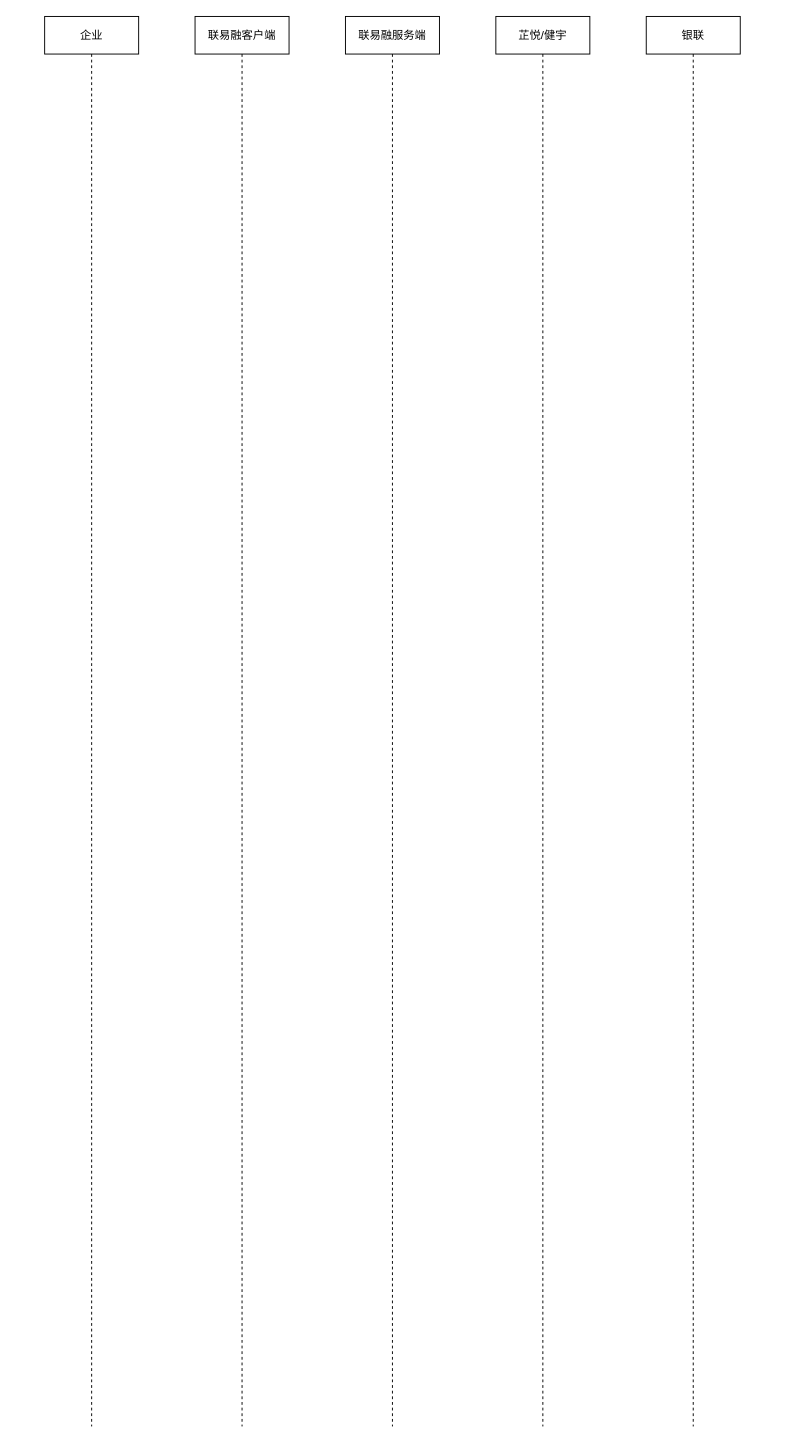
Earlier version of the draw.io diagram LLSI/银联结汇提现流程.drawio (0573xieguojia/To-program). Source tidied: cells renumbered, new cells numbered last; positions are measured from the earlier drawing's top-left corner, leaving out a move shared by most shapes. Both pictures are drawn from the tidied source at 94%, with x=0, y=0 at pixel (44, 16).
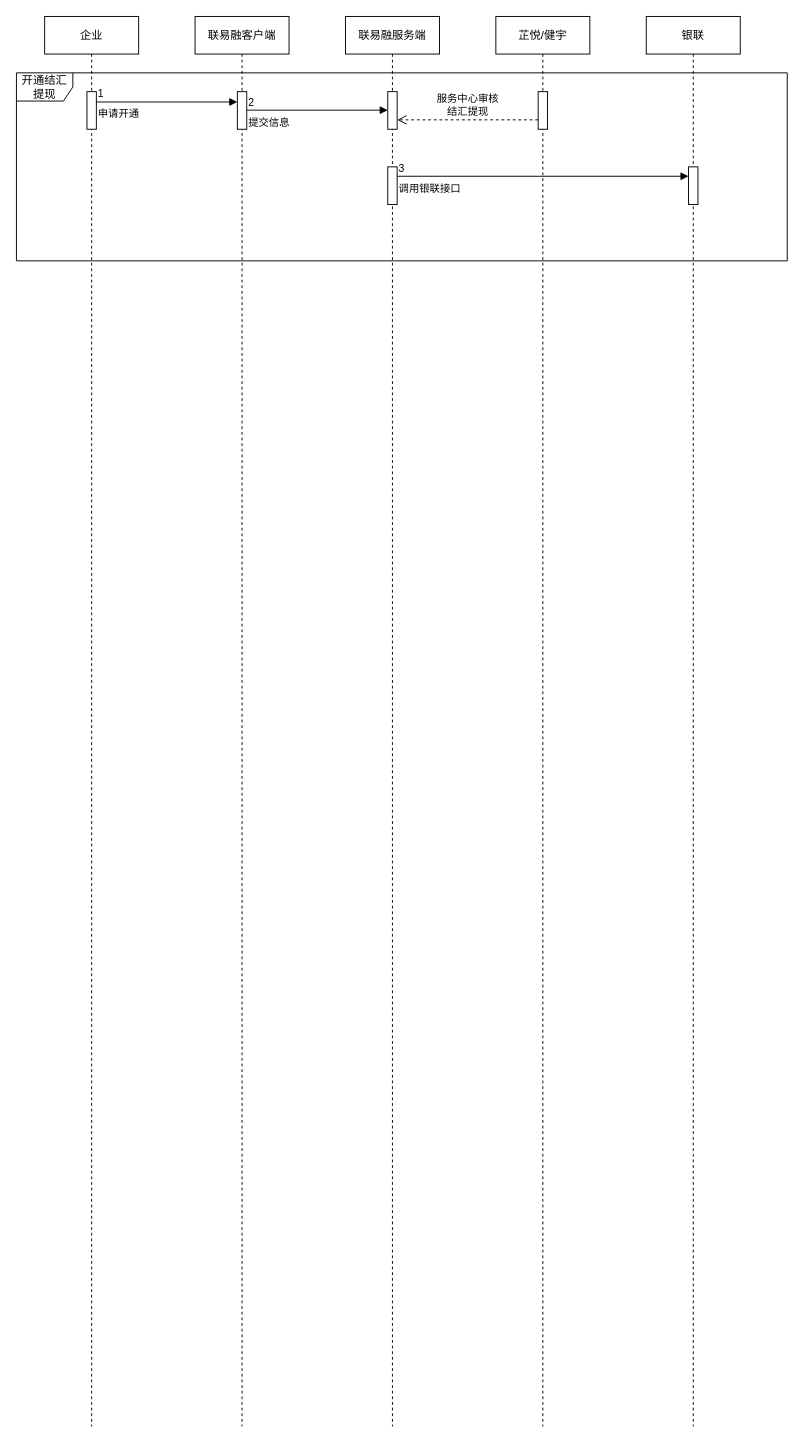
The same diagram, later.

Commit message (it also covers changes not shown here):
更新银联结汇提现流程.drawio

The change refers to these unchanged cells:
```xml
<mxCell id="2" value="企业" style="shape=umlLifeline;perimeter=lifelinePerimeter;whiteSpace=wrap;html=1;newEdgeStyle={&quot;edgeStyle&quot;:&quot;elbowEdgeStyle&quot;,&quot;elbow&quot;:&quot;vertical&quot;,&quot;curved&quot;:0,&quot;rounded&quot;:0};" parent="1" vertex="1">
  <mxGeometry width="100" height="1500" as="geometry" />
</mxCell>
<mxCell id="6" value="银联" style="shape=umlLifeline;perimeter=lifelinePerimeter;whiteSpace=wrap;html=1;newEdgeStyle={&quot;edgeStyle&quot;:&quot;elbowEdgeStyle&quot;,&quot;elbow&quot;:&quot;vertical&quot;,&quot;curved&quot;:0,&quot;rounded&quot;:0};" parent="1" vertex="1">
  <mxGeometry x="640" width="100" height="1500" as="geometry" />
</mxCell>
```

The edit, as a diff of the source:
```diff
@@
+    <mxCell id="7" style="html=1;perimeter=orthogonalPerimeter;targetShapes=umlLifeline;newEdgeStyle={&quot;edgeStyle&quot;:&quot;elbowEdgeStyle&quot;,&quot;elbow&quot;:&quot;vertical&quot;,&quot;curved&quot;:0,&quot;rounded&quot;:0};" parent="2" vertex="1">
+      <mxGeometry x="45" y="80" width="10" height="40" as="geometry" />
+    </mxCell>
@@
+    <mxCell id="8" style="html=1;points=[];perimeter=orthogonalPerimeter;outlineConnect=0;targetShapes=umlLifeline;portConstraint=eastwest;newEdgeStyle={&quot;edgeStyle&quot;:&quot;elbowEdgeStyle&quot;,&quot;elbow&quot;:&quot;vertical&quot;,&quot;curved&quot;:0,&quot;rounded&quot;:0};" parent="6" vertex="1">
+      <mxGeometry x="45" y="160" width="10" height="40" as="geometry" />
+    </mxCell>
+    <mxCell id="9" value="开通结汇提现" style="shape=umlFrame;whiteSpace=wrap;html=1;" parent="1" vertex="1">
+      <mxGeometry x="-30" y="60" width="820" height="200" as="geometry" />
+    </mxCell>
+    <mxCell id="10" style="html=1;points=[];perimeter=orthogonalPerimeter;outlineConnect=0;targetShapes=umlLifeline;portConstraint=eastwest;newEdgeStyle={&quot;edgeStyle&quot;:&quot;elbowEdgeStyle&quot;,&quot;elbow&quot;:&quot;vertical&quot;,&quot;curved&quot;:0,&quot;rounded&quot;:0};" parent="1" vertex="1">
+      <mxGeometry x="205" y="80" width="10" height="40" as="geometry" />
+    </mxCell>
+    <mxCell id="11" value="申请开通" style="endArrow=block;endFill=1;html=1;edgeStyle=orthogonalEdgeStyle;align=left;verticalAlign=top;rounded=0;" parent="1" edge="1" target="10">
+      <mxGeometry x="-1" relative="1" as="geometry">
+        <mxPoint x="55" y="90" as="sourcePoint" />
+        <Array as="points">
+          <mxPoint x="55" y="91" />
+        </Array>
+      </mxGeometry>
+    </mxCell>
+    <mxCell id="12" value="1" style="edgeLabel;html=1;align=left;verticalAlign=bottom;" parent="11" vertex="1">
+      <mxGeometry x="-1" relative="1" as="geometry" />
+    </mxCell>
+    <mxCell id="13" style="html=1;points=[];perimeter=orthogonalPerimeter;outlineConnect=0;targetShapes=umlLifeline;portConstraint=eastwest;newEdgeStyle={&quot;edgeStyle&quot;:&quot;elbowEdgeStyle&quot;,&quot;elbow&quot;:&quot;vertical&quot;,&quot;curved&quot;:0,&quot;rounded&quot;:0};" parent="1" vertex="1">
+      <mxGeometry x="365" y="80" width="10" height="40" as="geometry" />
+    </mxCell>
+    <mxCell id="14" style="html=1;points=[];perimeter=orthogonalPerimeter;outlineConnect=0;targetShapes=umlLifeline;portConstraint=eastwest;newEdgeStyle={&quot;edgeStyle&quot;:&quot;elbowEdgeStyle&quot;,&quot;elbow&quot;:&quot;vertical&quot;,&quot;curved&quot;:0,&quot;rounded&quot;:0};" parent="1" vertex="1">
+      <mxGeometry x="525" y="80" width="10" height="40" as="geometry" />
+    </mxCell>
+    <mxCell id="15" value="提交信息" style="endArrow=block;endFill=1;html=1;edgeStyle=orthogonalEdgeStyle;align=left;verticalAlign=top;rounded=0;" parent="1" edge="1">
+      <mxGeometry x="-1" relative="1" as="geometry">
+        <mxPoint x="215" y="99.7" as="sourcePoint" />
+        <mxPoint x="365" y="99.7" as="targetPoint" />
+        <Array as="points">
+          <mxPoint x="250" y="99.7" />
+          <mxPoint x="250" y="99.7" />
+        </Array>
+      </mxGeometry>
+    </mxCell>
+    <mxCell id="16" value="2" style="edgeLabel;html=1;align=left;verticalAlign=bottom;" parent="15" vertex="1">
+      <mxGeometry x="-1" relative="1" as="geometry" />
+    </mxCell>
+    <mxCell id="17" value="服务中心审核&lt;br&gt;结汇提现" style="html=1;verticalAlign=bottom;endArrow=open;dashed=1;endSize=8;edgeStyle=elbowEdgeStyle;elbow=vertical;curved=0;rounded=0;" parent="1" edge="1" source="14" target="13">
+      <mxGeometry relative="1" as="geometry">
+        <Array as="points">
+          <mxPoint x="400" y="110" />
+        </Array>
+      </mxGeometry>
+    </mxCell>
+    <mxCell id="18" style="html=1;points=[];perimeter=orthogonalPerimeter;outlineConnect=0;targetShapes=umlLifeline;portConstraint=eastwest;newEdgeStyle={&quot;edgeStyle&quot;:&quot;elbowEdgeStyle&quot;,&quot;elbow&quot;:&quot;vertical&quot;,&quot;curved&quot;:0,&quot;rounded&quot;:0};" parent="1" vertex="1">
+      <mxGeometry x="365" y="160" width="10" height="40" as="geometry" />
+    </mxCell>
+    <mxCell id="19" value="调用银联接口" style="endArrow=block;endFill=1;html=1;edgeStyle=orthogonalEdgeStyle;align=left;verticalAlign=top;rounded=0;" parent="1" edge="1" source="18" target="8">
+      <mxGeometry x="-1" relative="1" as="geometry">
+        <Array as="points">
+          <mxPoint x="610" y="170" />
+          <mxPoint x="610" y="170" />
+        </Array>
+      </mxGeometry>
+    </mxCell>
+    <mxCell id="20" value="3" style="edgeLabel;html=1;align=left;verticalAlign=bottom;" parent="19" vertex="1">
+      <mxGeometry x="-1" relative="1" as="geometry" />
+    </mxCell>
```
